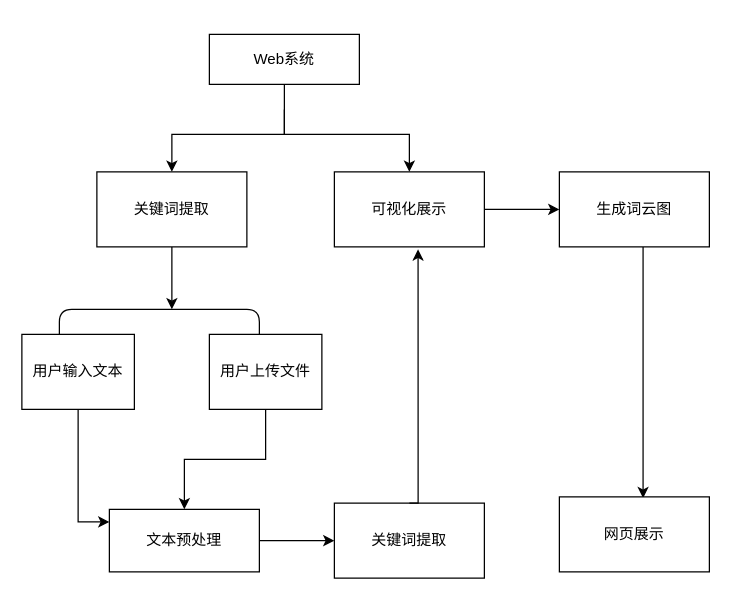
Before: Untitled Diagram.drawio in Shimmer66/TestFunctions, a draw.io diagram. Source tidied: cells renumbered, new cells numbered last; positions are measured from the earlier drawing's top-left corner, leaving out a move shared by most shapes. Both pictures are drawn from the tidied source at 125%, with x=0, y=0 at pixel (21, 34).
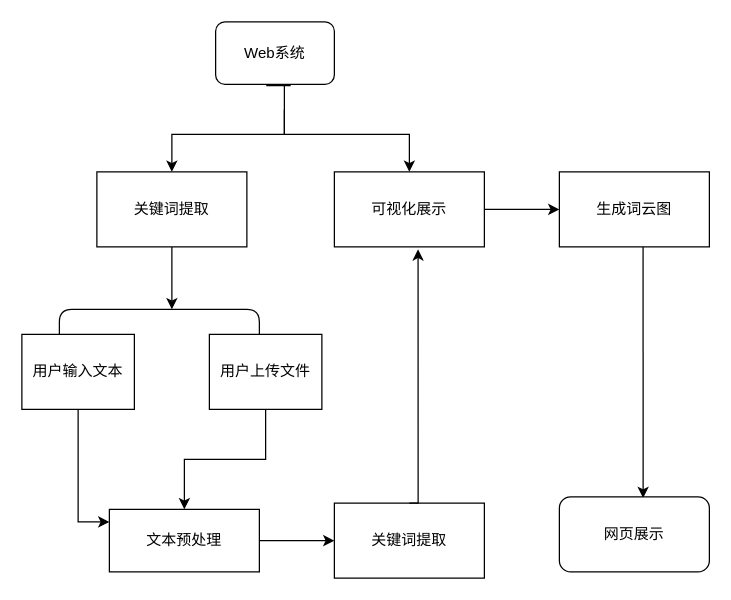
The same diagram, later.

The change refers to these unchanged cells:
```xml
<mxCell id="18" value="生成词云图" style="rounded=0;whiteSpace=wrap;html=1;" parent="1" vertex="1">
  <mxGeometry x="430" y="110" width="120" height="60" as="geometry" />
</mxCell>
```

What changed in the source:
```diff
@@
-    <mxCell id="2" value="Web系统" style="rounded=0;whiteSpace=wrap;html=1;" parent="1" vertex="1">
-      <mxGeometry x="150" width="120" height="40" as="geometry" />
-    </mxCell>
@@
-    <mxCell id="4" style="edgeStyle=segmentEdgeStyle;endArrow=classic;html=1;rounded=0;exitX=0.5;exitY=1;exitDx=0;exitDy=0;exitPerimeter=0;" parent="1" edge="1" source="2">
+    <mxCell id="4" style="edgeStyle=segmentEdgeStyle;endArrow=classic;html=1;rounded=0;exitX=0.632;exitY=1.02;exitDx=0;exitDy=0;exitPerimeter=0;" parent="1" edge="1" source="2">
       <mxGeometry relative="1" as="geometry">
         <mxPoint x="120" y="110" as="targetPoint" />
         <Array as="points">
+          <mxPoint x="196" y="30" />
+          <mxPoint x="210" y="30" />
           <mxPoint x="210" y="80" />
           <mxPoint x="120" y="80" />
         </Array>
       </mxGeometry>
     </mxCell>
@@
-    <mxCell id="19" style="endArrow=classic;html=1;rounded=0;exitX=0.558;exitY=1;exitDx=0;exitDy=0;exitPerimeter=0;entryX=0.558;entryY=0.017;entryDx=0;entryDy=0;entryPerimeter=0;" parent="1" edge="1" source="18" target="20">
-      <mxGeometry relative="1" as="geometry" />
+    <mxCell id="19" style="endArrow=classic;html=1;rounded=0;exitX=0.558;exitY=1;exitDx=0;exitDy=0;exitPerimeter=0;entryX=0.558;entryY=0.017;entryDx=0;entryDy=0;entryPerimeter=0;" parent="1" edge="1" source="18">
+      <mxGeometry relative="1" as="geometry">
+        <mxPoint x="497" y="371" as="targetPoint" />
+      </mxGeometry>
     </mxCell>
+    <mxCell id="2" value="Web系统" style="rounded=1;whiteSpace=wrap;html=1;" parent="1" vertex="1">
+      <mxGeometry x="155" y="-10" width="95" height="50" as="geometry" />
+    </mxCell>
-    <mxCell id="20" value="网页展示" style="rounded=0;whiteSpace=wrap;html=1;" parent="1" vertex="1">
+    <mxCell id="20" value="网页展示" style="rounded=1;whiteSpace=wrap;html=1;" parent="1" vertex="1">
       <mxGeometry x="430" y="370" width="120" height="60" as="geometry" />
     </mxCell>
```
